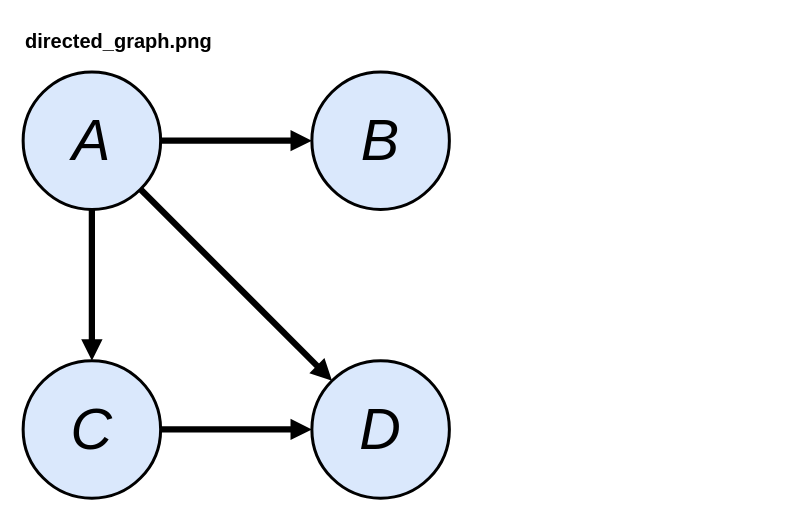
The draw.io diagram assets/statistics-for-ml/statistics-for-ml.drawio in brunomaga/brunomaga.github.io, before the edit. Source tidied: cells renumbered, new cells numbered last; positions are measured from the earlier drawing's top-left corner, leaving out a move shared by most shapes. Both pictures are drawn from the tidied source at 125%, with x=0, y=0 at pixel (22, 21).
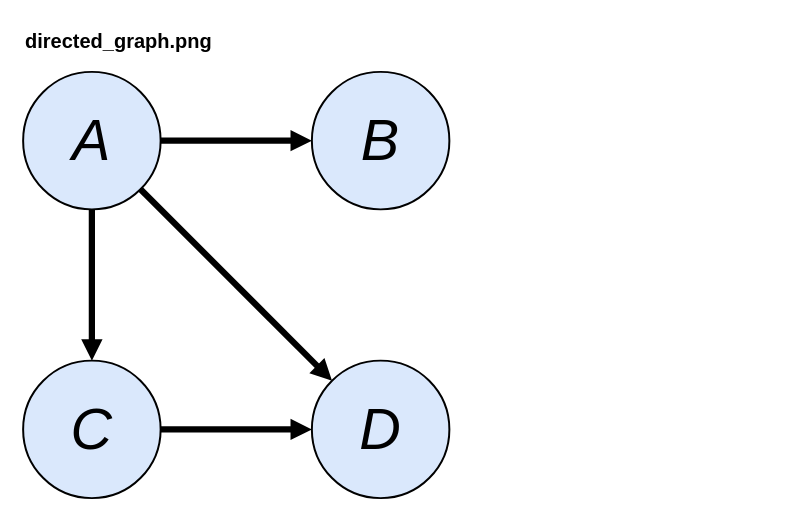
After the change.

Diff of the diagram source:
```diff
@@
 <mxGraphModel>
   <root>
     <mxCell id="0" />
     <mxCell id="1" parent="0" />
     <mxCell id="2" value="directed_graph.png" style="text;html=1;align=left;verticalAlign=middle;fontStyle=1;fontSize=16;" parent="1" vertex="1">
       <mxGeometry width="600" height="30" as="geometry" />
     </mxCell>
     <mxCell id="3" style="group;" parent="1" vertex="1">
       <mxGeometry y="40" width="341" height="341" as="geometry" />
     </mxCell>
-    <mxCell id="4" value="&lt;i&gt;A&lt;/i&gt;" style="ellipse;whiteSpace=wrap;html=1;fillColor=#dae8fc;fontSize=46;strokeColor=#000000;strokeWidth=2.4;" parent="3" vertex="1">
+    <mxCell id="4" value="&lt;i&gt;A&lt;/i&gt;" style="ellipse;whiteSpace=wrap;html=1;fillColor=#dae8fc;fontSize=46;strokeColor=#000000;strokeWidth=1.58;" parent="3" vertex="1">
       <mxGeometry width="110" height="110" as="geometry" />
     </mxCell>
-    <mxCell id="5" value="&lt;i&gt;B&lt;/i&gt;" style="ellipse;whiteSpace=wrap;html=1;fillColor=#dae8fc;fontSize=46;strokeColor=#000000;strokeWidth=2.4;" parent="3" vertex="1">
+    <mxCell id="5" value="&lt;i&gt;B&lt;/i&gt;" style="ellipse;whiteSpace=wrap;html=1;fillColor=#dae8fc;fontSize=46;strokeColor=#000000;strokeWidth=1.58;" parent="3" vertex="1">
       <mxGeometry x="231" width="110" height="110" as="geometry" />
     </mxCell>
-    <mxCell id="6" value="&lt;i&gt;C&lt;/i&gt;" style="ellipse;whiteSpace=wrap;html=1;fillColor=#dae8fc;fontSize=46;strokeColor=#000000;strokeWidth=2.4;" parent="3" vertex="1">
+    <mxCell id="6" value="&lt;i&gt;C&lt;/i&gt;" style="ellipse;whiteSpace=wrap;html=1;fillColor=#dae8fc;fontSize=46;strokeColor=#000000;strokeWidth=1.58;" parent="3" vertex="1">
       <mxGeometry y="231" width="110" height="110" as="geometry" />
     </mxCell>
-    <mxCell id="7" value="&lt;i&gt;D&lt;/i&gt;" style="ellipse;whiteSpace=wrap;html=1;fillColor=#dae8fc;fontSize=46;strokeColor=#000000;strokeWidth=2.4;" parent="3" vertex="1">
+    <mxCell id="7" value="&lt;i&gt;D&lt;/i&gt;" style="ellipse;whiteSpace=wrap;html=1;fillColor=#dae8fc;fontSize=46;strokeColor=#000000;strokeWidth=1.58;" parent="3" vertex="1">
       <mxGeometry x="231" y="231" width="110" height="110" as="geometry" />
     </mxCell>
     <mxCell id="8" style="endArrow=block;startArrow=none;html=1;rounded=0;strokeColor=#000000;strokeWidth=5;fontSize=12;endSize=4;endFill=1;" parent="3" edge="1" source="4" target="5">
       <mxGeometry relative="1" as="geometry" />
     </mxCell>
     <mxCell id="9" style="endArrow=block;startArrow=none;html=1;rounded=0;strokeColor=#000000;strokeWidth=5;fontSize=12;endSize=4;endFill=1;" parent="3" edge="1" source="4" target="6">
       <mxGeometry relative="1" as="geometry" />
     </mxCell>
     <mxCell id="10" style="endArrow=block;startArrow=none;html=1;rounded=0;strokeColor=#000000;strokeWidth=5;fontSize=12;endSize=4;endFill=1;" parent="3" edge="1" source="4" target="7">
       <mxGeometry relative="1" as="geometry" />
     </mxCell>
     <mxCell id="11" style="endArrow=block;startArrow=none;html=1;rounded=0;strokeColor=#000000;strokeWidth=5;fontSize=12;endSize=4;endFill=1;" parent="3" edge="1" source="6" target="7">
       <mxGeometry relative="1" as="geometry" />
     </mxCell>
   </root>
 </mxGraphModel>
```
